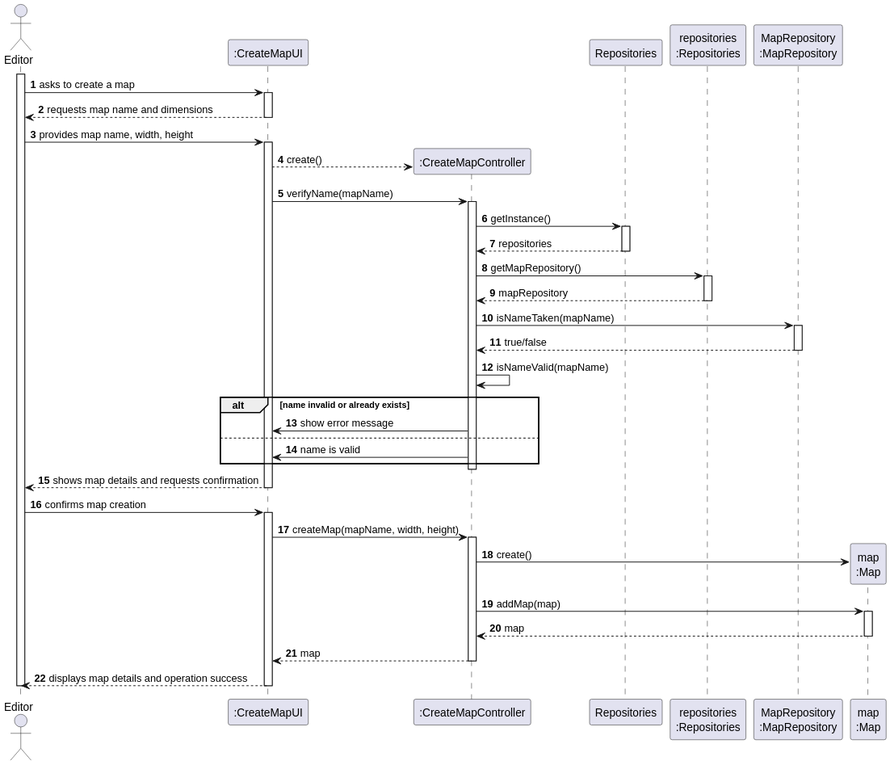
The PlantUML diagram docs/system-documentation/sprint 3/US01/03.design/svg/US001-SD-full.svg in Educ00/mdisc-2425, before a commit.
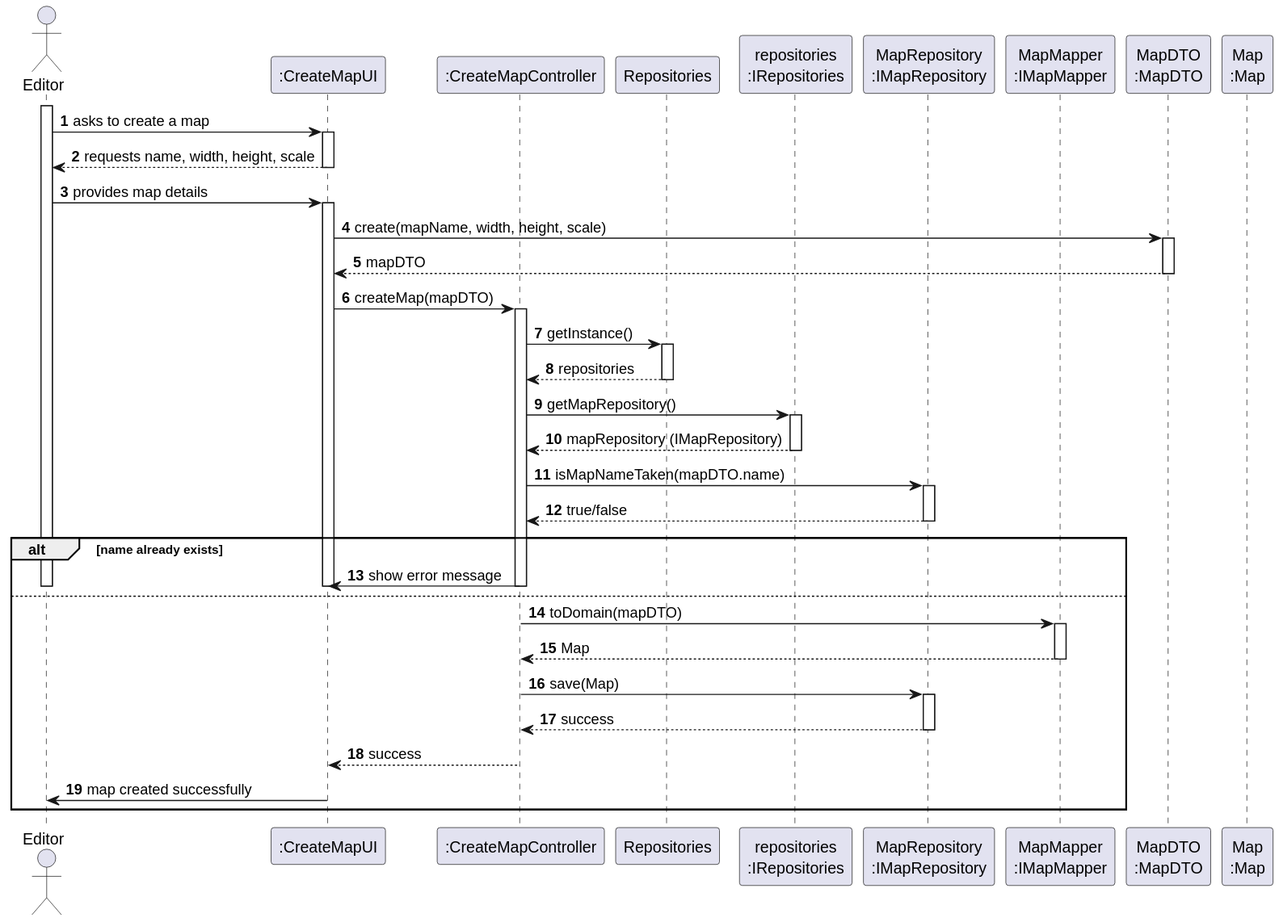
Above is the later version.

Diff of the diagram source:
```diff
@@ -1,74 +1,72 @@
 @startuml
 skinparam packageStyle rectangle
 skinparam shadowing false
-
 autonumber
 
-actor "Editor" as Editor
+actor "Editor" as EDITOR
 participant ":CreateMapUI" as UI
 participant ":CreateMapController" as CTRL
 participant "Repositories" as REPOS
-participant "repositories\n:Repositories" as REPOS_SINGLETON
-participant "MapRepository\n:MapRepository" as MAP_REPO
-participant "map\n:Map" as MAP
-activate Editor
+participant "repositories\n:IRepositories" as IREPOS
+participant "MapRepository\n:IMapRepository" as IMAP_REPO
+participant "MapMapper\n:IMapMapper" as MAP_MAPPER
+participant "MapDTO\n:MapDTO" as DTO
+participant "Map\n:Map" as MAP
 
-Editor -> UI : asks to create a map
+activate EDITOR
+EDITOR -> UI : asks to create a map
 activate UI
 
-UI --> Editor : requests map name and dimensions
+UI --> EDITOR : requests name, width, height, scale
 deactivate UI
 
-Editor -> UI : provides map name, width, height
+EDITOR -> UI : provides map details
 activate UI
-UI --> CTRL** : create()
-UI -> CTRL : verifyName(mapName)
+
+UI -> DTO : create(mapName, width, height, scale)
+activate DTO
+DTO --> UI : mapDTO
+deactivate DTO
+
+UI -> CTRL : createMap(mapDTO)
 activate CTRL
+
 CTRL -> REPOS : getInstance()
-
 activate REPOS
 REPOS --> CTRL : repositories
 deactivate REPOS
 
-CTRL -> REPOS_SINGLETON : getMapRepository()
-activate REPOS_SINGLETON
-REPOS_SINGLETON --> CTRL : mapRepository
-deactivate REPOS_SINGLETON
+CTRL -> IREPOS : getMapRepository()
+activate IREPOS
+IREPOS --> CTRL : mapRepository (IMapRepository)
+deactivate IREPOS
 
-CTRL -> MAP_REPO : isNameTaken(mapName)
-activate MAP_REPO
-MAP_REPO --> CTRL : true/false
-deactivate MAP_REPO
+CTRL -> IMAP_REPO : isMapNameTaken(mapDTO.name)
+activate IMAP_REPO
+IMAP_REPO --> CTRL : true/false
+deactivate IMAP_REPO
 
-CTRL -> CTRL : isNameValid(mapName)
-  alt name invalid or already exists
-                        CTRL -> UI : show error message
-                    else
-                        CTRL -> UI : name is valid
-                    end
-deactivate CTRL
-UI --> Editor : shows map details and requests confirmation
-deactivate UI
+alt name already exists
+    CTRL -> UI : show error message
+    deactivate CTRL
+    deactivate UI
+    deactivate EDITOR
+else
+    CTRL -> MAP_MAPPER : toDomain(mapDTO)
+    activate MAP_MAPPER
+    MAP_MAPPER --> CTRL : Map
+    deactivate MAP_MAPPER
 
-Editor -> UI : confirms map creation
-activate UI
+    CTRL -> IMAP_REPO : save(Map)
+    activate IMAP_REPO
+    IMAP_REPO --> CTRL : success
+    deactivate IMAP_REPO
 
-UI -> CTRL : createMap(mapName, width, height)
-activate CTRL
-CTRL -> MAP** : create()
+    CTRL --> UI : success
+    deactivate CTRL
 
-CTRL -> MAP : addMap(map)
-activate MAP
-MAP --> CTRL : map
-deactivate MAP
-
-
-
-CTRL --> UI : map
-deactivate CTRL
-
-UI --> Editor : displays map details and operation success
-deactivate UI
-
-deactivate Editor
+    UI -> EDITOR : map created successfully
+    deactivate UI
+    deactivate EDITOR
+end
 @enduml
```
